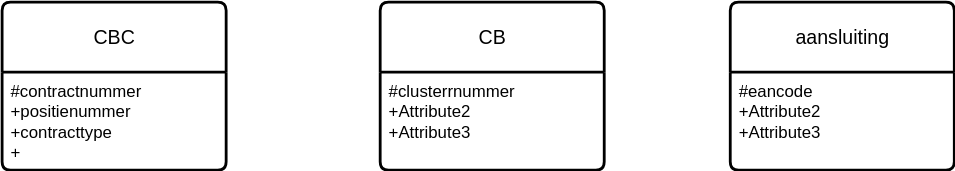
Jterveld/draw.io-modellen keeps this draw.io diagram as flex.svg. Above is the earlier version. Source tidied: cells renumbered, new cells last; positions are measured from the earlier drawing's top-left corner, leaving out a move shared by most shapes.
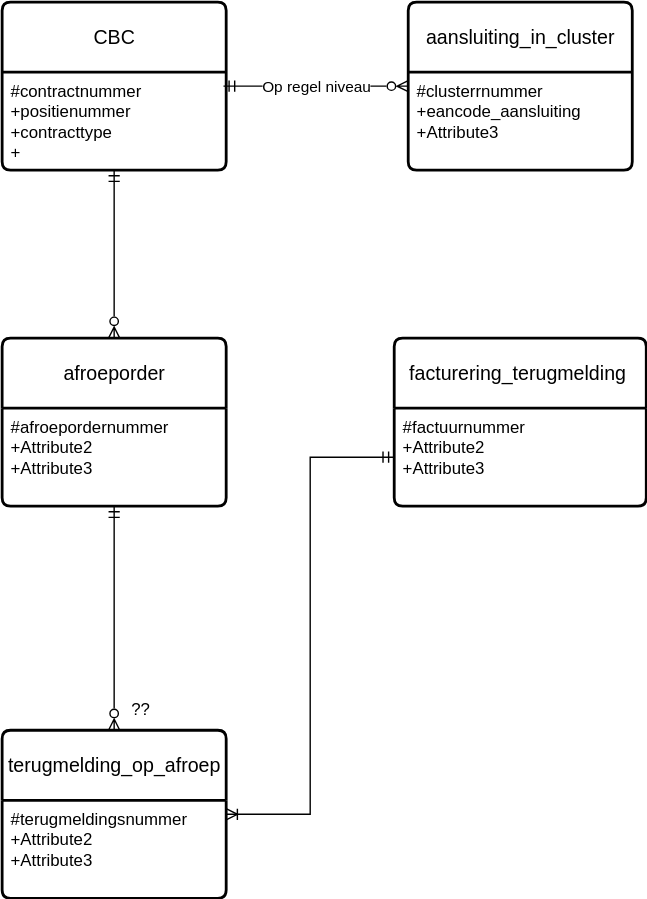
The same diagram one commit later.

The edit, as a diff of the source:
```diff
@@ -8,17 +8,44 @@
     <mxCell id="3" value="#contractnummer&lt;br&gt;+positienummer&lt;div&gt;+contracttype&lt;br&gt;+&lt;/div&gt;" style="align=left;strokeColor=none;fillColor=none;spacingLeft=4;spacingRight=4;fontSize=12;verticalAlign=top;html=1;whiteSpace=wrap;" parent="2" vertex="1">
       <mxGeometry y="50" width="160" height="70" as="geometry" />
     </mxCell>
-    <mxCell id="4" value="aansluiting" style="swimlane;horizontal=1;startSize=50;rounded=1;fontSize=14;fontStyle=0;strokeWidth=2;shadow=0;dashed=0;align=center;arcSize=4;whiteSpace=wrap;html=1;" parent="1" vertex="1">
-      <mxGeometry x="520" width="160" height="120" as="geometry" />
-    </mxCell>
-    <mxCell id="5" value="&lt;div&gt;#eancode&lt;/div&gt;+Attribute2&lt;br&gt;+Attribute3" style="align=left;strokeColor=none;fillColor=none;spacingLeft=4;spacingRight=4;fontSize=12;verticalAlign=top;html=1;whiteSpace=wrap;" parent="4" vertex="1">
-      <mxGeometry y="50" width="160" height="70" as="geometry" />
-    </mxCell>
-    <mxCell id="6" value="CB" style="swimlane;horizontal=1;startSize=50;rounded=1;fontSize=14;fontStyle=0;strokeWidth=2;shadow=0;dashed=0;align=center;arcSize=4;whiteSpace=wrap;html=1;" parent="1" vertex="1">
-      <mxGeometry x="270" width="160" height="120" as="geometry" />
+    <mxCell id="6" value="aansluiting_in_cluster" style="swimlane;horizontal=1;startSize=50;rounded=1;fontSize=14;fontStyle=0;strokeWidth=2;shadow=0;dashed=0;align=center;arcSize=4;whiteSpace=wrap;html=1;" parent="1" vertex="1">
+      <mxGeometry x="290" width="160" height="120" as="geometry" />
     </mxCell>
-    <mxCell id="7" value="#clusterrnummer&lt;br&gt;+Attribute2&lt;br&gt;+Attribute3" style="align=left;strokeColor=none;fillColor=none;spacingLeft=4;spacingRight=4;fontSize=12;verticalAlign=top;html=1;whiteSpace=wrap;" parent="6" vertex="1">
+    <mxCell id="7" value="#clusterrnummer&lt;br&gt;+eancode_aansluiting&lt;br&gt;+Attribute3" style="align=left;strokeColor=none;fillColor=none;spacingLeft=4;spacingRight=4;fontSize=12;verticalAlign=top;html=1;whiteSpace=wrap;" parent="6" vertex="1">
       <mxGeometry y="50" width="160" height="70" as="geometry" />
     </mxCell>
+    <mxCell id="8" style="edgeStyle=orthogonalEdgeStyle;rounded=0;jettySize=auto;html=1;entryX=0.5;entryY=1;entryDx=0;entryDy=0;endArrow=ERmandOne;endFill=0;startArrow=ERzeroToMany;startFill=0;" parent="1" edge="1" source="9" target="3">
+      <mxGeometry relative="1" as="geometry" />
+    </mxCell>
+    <mxCell id="9" value="afroeporder" style="swimlane;horizontal=1;startSize=50;rounded=1;fontSize=14;fontStyle=0;strokeWidth=2;shadow=0;dashed=0;align=center;arcSize=4;whiteSpace=wrap;html=1;" parent="1" vertex="1">
+      <mxGeometry y="240" width="160" height="120" as="geometry" />
+    </mxCell>
+    <mxCell id="10" value="#afroepordernummer&lt;br&gt;+Attribute2&lt;br&gt;+Attribute3" style="align=left;strokeColor=none;fillColor=none;spacingLeft=4;spacingRight=4;fontSize=12;verticalAlign=top;html=1;whiteSpace=wrap;" parent="9" vertex="1">
+      <mxGeometry y="50" width="160" height="70" as="geometry" />
+    </mxCell>
+    <mxCell id="11" style="edgeStyle=orthogonalEdgeStyle;rounded=0;jettySize=auto;html=1;entryX=0.5;entryY=1;entryDx=0;entryDy=0;endArrow=ERmandOne;endFill=0;startArrow=ERzeroToMany;startFill=0;" parent="1" edge="1" source="12" target="10">
+      <mxGeometry relative="1" as="geometry" />
+    </mxCell>
+    <mxCell id="12" value="terugmelding_op_afroep" style="swimlane;horizontal=1;startSize=50;rounded=1;fontSize=14;fontStyle=0;strokeWidth=2;shadow=0;dashed=0;align=center;arcSize=4;whiteSpace=wrap;html=1;" parent="1" vertex="1">
+      <mxGeometry y="520" width="160" height="120" as="geometry" />
+    </mxCell>
+    <mxCell id="13" value="#terugmeldingsnummer&lt;div&gt;+Attribute2&lt;br&gt;+Attribute3&lt;/div&gt;" style="align=left;strokeColor=none;fillColor=none;spacingLeft=4;spacingRight=4;fontSize=12;verticalAlign=top;html=1;whiteSpace=wrap;" parent="12" vertex="1">
+      <mxGeometry y="50" width="160" height="70" as="geometry" />
+    </mxCell>
+    <mxCell id="14" value="facturering_terugmelding&amp;nbsp;" style="swimlane;horizontal=1;startSize=50;rounded=1;fontSize=14;fontStyle=0;strokeWidth=2;shadow=0;dashed=0;align=center;arcSize=4;whiteSpace=wrap;html=1;" parent="1" vertex="1">
+      <mxGeometry x="280" y="240" width="180" height="120" as="geometry" />
+    </mxCell>
+    <mxCell id="15" value="#factuurnummer&lt;div&gt;+Attribute2&lt;br&gt;+Attribute3&lt;/div&gt;" style="align=left;strokeColor=none;fillColor=none;spacingLeft=4;spacingRight=4;fontSize=12;verticalAlign=top;html=1;whiteSpace=wrap;" parent="14" vertex="1">
+      <mxGeometry y="50" width="180" height="70" as="geometry" />
+    </mxCell>
+    <mxCell id="16" style="edgeStyle=orthogonalEdgeStyle;rounded=0;jettySize=auto;html=1;entryX=1;entryY=0.5;entryDx=0;entryDy=0;startArrow=ERmandOne;startFill=0;endArrow=ERoneToMany;endFill=0;" parent="1" edge="1" source="15" target="12">
+      <mxGeometry relative="1" as="geometry" />
+    </mxCell>
+    <mxCell id="17" value="Op regel niveau" style="edgeStyle=orthogonalEdgeStyle;rounded=0;jettySize=auto;html=1;entryX=0.988;entryY=0.143;entryDx=0;entryDy=0;entryPerimeter=0;startArrow=ERzeroToMany;startFill=0;endArrow=ERmandOne;endFill=0;" parent="1" edge="1" source="6" target="3">
+      <mxGeometry relative="1" as="geometry" />
+    </mxCell>
+    <mxCell id="18" value="??&amp;nbsp;" style="text;html=1;align=center;verticalAlign=middle;strokeColor=none;fillColor=none;" parent="1" vertex="1">
+      <mxGeometry x="80" y="490" width="40" height="30" as="geometry" />
+    </mxCell>
   </root>
 </mxGraphModel>
```
